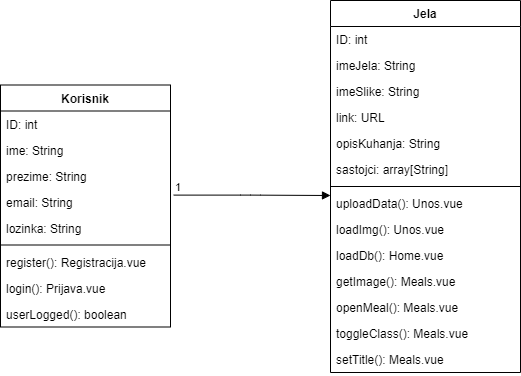
Above: Dokumentacija/dijagram klasa/dijagram_klasa.png in R0b34t0/Koohaj (draw.io), before the change. Source tidied: cells renumbered, new cells last; positions are measured from the earlier drawing's top-left corner, leaving out a move shared by most shapes.
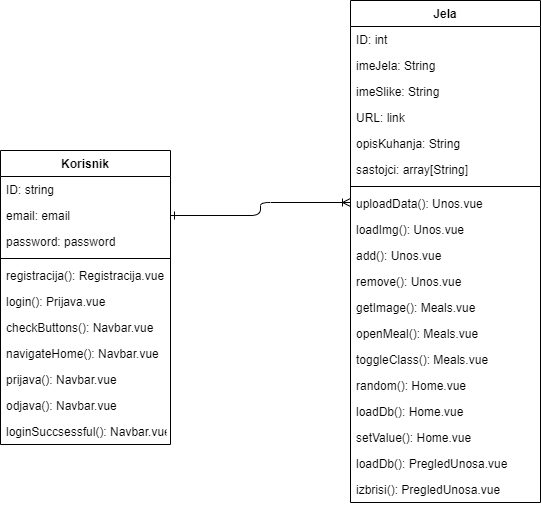
After the commit.

Commit message:
napravljeno mapiranje klasa

Change to the diagram source:
```diff
@@ -3,37 +3,43 @@
     <mxCell id="0" />
     <mxCell id="1" parent="0" />
     <mxCell id="2" value="Korisnik" style="swimlane;fontStyle=1;align=center;verticalAlign=top;horizontal=1;startSize=26;" parent="1" vertex="1">
-      <mxGeometry y="84.5" width="170" height="242" as="geometry" />
+      <mxGeometry x="-20" y="150" width="170" height="294" as="geometry" />
     </mxCell>
-    <mxCell id="3" value="ID: int" style="text;strokeColor=none;fillColor=none;align=left;verticalAlign=top;spacingLeft=4;spacingRight=4;overflow=hidden;" parent="2" vertex="1">
+    <mxCell id="3" value="ID: string" style="text;strokeColor=none;fillColor=none;align=left;verticalAlign=top;spacingLeft=4;spacingRight=4;overflow=hidden;" parent="2" vertex="1">
       <mxGeometry y="26" width="170" height="26" as="geometry" />
     </mxCell>
-    <mxCell id="4" value="ime: String" style="text;strokeColor=none;fillColor=none;align=left;verticalAlign=top;spacingLeft=4;spacingRight=4;overflow=hidden;" parent="2" vertex="1">
-      <mxGeometry y="52" width="170" height="26" as="geometry" />
-    </mxCell>
-    <mxCell id="5" value="prezime: String" style="text;strokeColor=none;fillColor=none;align=left;verticalAlign=top;spacingLeft=4;spacingRight=4;overflow=hidden;" parent="2" vertex="1">
-      <mxGeometry y="78" width="170" height="26" as="geometry" />
-    </mxCell>
-    <mxCell id="6" value="email: String" style="text;strokeColor=none;fillColor=none;align=left;verticalAlign=top;spacingLeft=4;spacingRight=4;overflow=hidden;points=[[0,0.5],[1,0.5]];portConstraint=eastwest;" parent="2" vertex="1">
-      <mxGeometry y="104" width="170" height="26" as="geometry" />
+    <mxCell id="6" value="email: email" style="text;strokeColor=none;fillColor=none;align=left;verticalAlign=top;spacingLeft=4;spacingRight=4;overflow=hidden;points=[[0,0.5],[1,0.5]];portConstraint=eastwest;" parent="2" vertex="1">
+      <mxGeometry y="52" width="170" height="26" as="geometry" />
     </mxCell>
-    <mxCell id="7" value="lozinka: String" style="text;strokeColor=none;fillColor=none;align=left;verticalAlign=top;spacingLeft=4;spacingRight=4;overflow=hidden;" parent="2" vertex="1">
-      <mxGeometry y="130" width="170" height="26" as="geometry" />
+    <mxCell id="7" value="password: password" style="text;strokeColor=none;fillColor=none;align=left;verticalAlign=top;spacingLeft=4;spacingRight=4;overflow=hidden;" parent="2" vertex="1">
+      <mxGeometry y="78" width="170" height="26" as="geometry" />
     </mxCell>
     <mxCell id="8" style="line;strokeWidth=1;fillColor=none;align=left;verticalAlign=middle;spacingTop=-1;spacingLeft=3;spacingRight=3;labelPosition=right;" parent="2" vertex="1">
-      <mxGeometry y="156" width="170" height="8" as="geometry" />
+      <mxGeometry y="104" width="170" height="8" as="geometry" />
     </mxCell>
-    <mxCell id="9" value="register(): Registracija.vue" style="text;strokeColor=none;fillColor=none;align=left;verticalAlign=top;spacingLeft=4;spacingRight=4;overflow=hidden;" parent="2" vertex="1">
-      <mxGeometry y="164" width="170" height="26" as="geometry" />
+    <mxCell id="9" value="registracija(): Registracija.vue" style="text;strokeColor=none;fillColor=none;align=left;verticalAlign=top;spacingLeft=4;spacingRight=4;overflow=hidden;" parent="2" vertex="1">
+      <mxGeometry y="112" width="170" height="26" as="geometry" />
     </mxCell>
     <mxCell id="10" value="login(): Prijava.vue" style="text;strokeColor=none;fillColor=none;align=left;verticalAlign=top;spacingLeft=4;spacingRight=4;overflow=hidden;" parent="2" vertex="1">
-      <mxGeometry y="190" width="170" height="26" as="geometry" />
+      <mxGeometry y="138" width="170" height="26" as="geometry" />
     </mxCell>
-    <mxCell id="11" value="userLogged(): boolean" style="text;strokeColor=none;fillColor=none;align=left;verticalAlign=top;spacingLeft=4;spacingRight=4;overflow=hidden;" parent="2" vertex="1">
-      <mxGeometry y="216" width="170" height="26" as="geometry" />
-    </mxCell>
+    <mxCell id="29" value="checkButtons(): Navbar.vue" style="text;strokeColor=none;fillColor=none;align=left;verticalAlign=top;spacingLeft=4;spacingRight=4;overflow=hidden;" parent="2" vertex="1">
+      <mxGeometry y="164" width="170" height="26" as="geometry" />
+    </mxCell>
+    <mxCell id="30" value="navigateHome(): Navbar.vue" style="text;strokeColor=none;fillColor=none;align=left;verticalAlign=top;spacingLeft=4;spacingRight=4;overflow=hidden;" parent="2" vertex="1">
+      <mxGeometry y="190" width="170" height="26" as="geometry" />
+    </mxCell>
+    <mxCell id="31" value="prijava(): Navbar.vue" style="text;strokeColor=none;fillColor=none;align=left;verticalAlign=top;spacingLeft=4;spacingRight=4;overflow=hidden;" parent="2" vertex="1">
+      <mxGeometry y="216" width="170" height="26" as="geometry" />
+    </mxCell>
+    <mxCell id="32" value="odjava(): Navbar.vue" style="text;strokeColor=none;fillColor=none;align=left;verticalAlign=top;spacingLeft=4;spacingRight=4;overflow=hidden;" parent="2" vertex="1">
+      <mxGeometry y="242" width="170" height="26" as="geometry" />
+    </mxCell>
+    <mxCell id="33" value="loginSuccsessful(): Navbar.vue" style="text;strokeColor=none;fillColor=none;align=left;verticalAlign=top;spacingLeft=4;spacingRight=4;overflow=hidden;" parent="2" vertex="1">
+      <mxGeometry y="268" width="170" height="26" as="geometry" />
+    </mxCell>
     <mxCell id="12" value="Jela" style="swimlane;fontStyle=1;align=center;verticalAlign=top;horizontal=1;startSize=26;" parent="1" vertex="1">
-      <mxGeometry x="330" width="190" height="372" as="geometry" />
+      <mxGeometry x="330" width="190" height="502" as="geometry" />
     </mxCell>
     <mxCell id="13" value="ID: int" style="text;strokeColor=none;fillColor=none;align=left;verticalAlign=top;spacingLeft=4;spacingRight=4;overflow=hidden;" parent="12" vertex="1">
       <mxGeometry y="26" width="190" height="26" as="geometry" />
@@ -44,7 +50,7 @@
     <mxCell id="15" value="imeSlike: String" style="text;strokeColor=none;fillColor=none;align=left;verticalAlign=top;spacingLeft=4;spacingRight=4;overflow=hidden;" parent="12" vertex="1">
       <mxGeometry y="78" width="190" height="26" as="geometry" />
     </mxCell>
-    <mxCell id="16" value="link: URL" style="text;strokeColor=none;fillColor=none;align=left;verticalAlign=top;spacingLeft=4;spacingRight=4;overflow=hidden;" parent="12" vertex="1">
+    <mxCell id="16" value="URL: link" style="text;strokeColor=none;fillColor=none;align=left;verticalAlign=top;spacingLeft=4;spacingRight=4;overflow=hidden;" parent="12" vertex="1">
       <mxGeometry y="104" width="190" height="26" as="geometry" />
     </mxCell>
     <mxCell id="17" value="opisKuhanja: String" style="text;strokeColor=none;fillColor=none;align=left;verticalAlign=top;spacingLeft=4;spacingRight=4;overflow=hidden;" parent="12" vertex="1">
@@ -62,28 +68,40 @@
     <mxCell id="21" value="loadImg(): Unos.vue" style="text;strokeColor=none;fillColor=none;align=left;verticalAlign=top;spacingLeft=4;spacingRight=4;overflow=hidden;" parent="12" vertex="1">
       <mxGeometry y="216" width="190" height="26" as="geometry" />
     </mxCell>
-    <mxCell id="22" value="loadDb(): Home.vue" style="text;strokeColor=none;fillColor=none;align=left;verticalAlign=top;spacingLeft=4;spacingRight=4;overflow=hidden;" parent="12" vertex="1">
-      <mxGeometry y="242" width="190" height="26" as="geometry" />
-    </mxCell>
+    <mxCell id="34" value="add(): Unos.vue" style="text;strokeColor=none;fillColor=none;align=left;verticalAlign=top;spacingLeft=4;spacingRight=4;overflow=hidden;" parent="12" vertex="1">
+      <mxGeometry y="242" width="190" height="26" as="geometry" />
+    </mxCell>
+    <mxCell id="35" value="remove(): Unos.vue" style="text;strokeColor=none;fillColor=none;align=left;verticalAlign=top;spacingLeft=4;spacingRight=4;overflow=hidden;" parent="12" vertex="1">
+      <mxGeometry y="268" width="190" height="26" as="geometry" />
+    </mxCell>
     <mxCell id="23" value="getImage(): Meals.vue" style="text;strokeColor=none;fillColor=none;align=left;verticalAlign=top;spacingLeft=4;spacingRight=4;overflow=hidden;" parent="12" vertex="1">
-      <mxGeometry y="268" width="190" height="26" as="geometry" />
+      <mxGeometry y="294" width="190" height="26" as="geometry" />
     </mxCell>
     <mxCell id="24" value="openMeal(): Meals.vue" style="text;strokeColor=none;fillColor=none;align=left;verticalAlign=top;spacingLeft=4;spacingRight=4;overflow=hidden;" parent="12" vertex="1">
-      <mxGeometry y="294" width="190" height="26" as="geometry" />
+      <mxGeometry y="320" width="190" height="26" as="geometry" />
     </mxCell>
     <mxCell id="25" value="toggleClass(): Meals.vue" style="text;strokeColor=none;fillColor=none;align=left;verticalAlign=top;spacingLeft=4;spacingRight=4;overflow=hidden;" parent="12" vertex="1">
-      <mxGeometry y="320" width="190" height="26" as="geometry" />
+      <mxGeometry y="346" width="190" height="26" as="geometry" />
     </mxCell>
-    <mxCell id="26" value="setTitle(): Meals.vue" style="text;strokeColor=none;fillColor=none;align=left;verticalAlign=top;spacingLeft=4;spacingRight=4;overflow=hidden;" parent="12" vertex="1">
-      <mxGeometry y="346" width="190" height="26" as="geometry" />
-    </mxCell>
+    <mxCell id="36" value="random(): Home.vue" style="text;strokeColor=none;fillColor=none;align=left;verticalAlign=top;spacingLeft=4;spacingRight=4;overflow=hidden;" parent="12" vertex="1">
+      <mxGeometry y="372" width="190" height="26" as="geometry" />
+    </mxCell>
+    <mxCell id="22" value="loadDb(): Home.vue" style="text;strokeColor=none;fillColor=none;align=left;verticalAlign=top;spacingLeft=4;spacingRight=4;overflow=hidden;" parent="12" vertex="1">
+      <mxGeometry y="398" width="190" height="26" as="geometry" />
+    </mxCell>
+    <mxCell id="37" value="setValue(): Home.vue" style="text;strokeColor=none;fillColor=none;align=left;verticalAlign=top;spacingLeft=4;spacingRight=4;overflow=hidden;" parent="12" vertex="1">
+      <mxGeometry y="424" width="190" height="26" as="geometry" />
+    </mxCell>
+    <mxCell id="38" value="loadDb(): PregledUnosa.vue" style="text;strokeColor=none;fillColor=none;align=left;verticalAlign=top;spacingLeft=4;spacingRight=4;overflow=hidden;" parent="12" vertex="1">
+      <mxGeometry y="450" width="190" height="26" as="geometry" />
+    </mxCell>
+    <mxCell id="39" value="izbrisi(): PregledUnosa.vue" style="text;strokeColor=none;fillColor=none;align=left;verticalAlign=top;spacingLeft=4;spacingRight=4;overflow=hidden;" parent="12" vertex="1">
+      <mxGeometry y="476" width="190" height="26" as="geometry" />
+    </mxCell>
-    <mxCell id="27" style="endArrow=block;endFill=1;html=1;edgeStyle=orthogonalEdgeStyle;align=left;verticalAlign=top;exitX=1.019;exitY=0.235;exitDx=0;exitDy=0;exitPerimeter=0;" parent="1" edge="1" source="6">
+    <mxCell id="27" style="endArrow=ERoneToMany;endFill=0;html=1;edgeStyle=orthogonalEdgeStyle;align=left;verticalAlign=top;exitX=1;exitY=0.5;exitDx=0;exitDy=0;startArrow=ERone;startFill=0;" parent="1" edge="1" source="6">
       <mxGeometry x="-1" relative="1" as="geometry">
-        <mxPoint x="330" y="195" as="targetPoint" />
+        <mxPoint x="330" y="202" as="targetPoint" />
       </mxGeometry>
     </mxCell>
-    <mxCell id="28" value="1" style="edgeLabel;html=1;align=left;verticalAlign=bottom;" parent="27" vertex="1">
-      <mxGeometry x="-1" relative="1" as="geometry" />
-    </mxCell>
   </root>
 </mxGraphModel>
```
